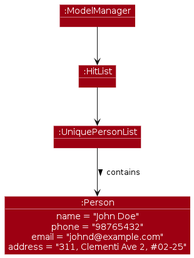
AY2526S2-CS2103T-W11-2/tp keeps this PlantUML diagram as diagrams/edit-person/PersonEditPostExecution.png. Above is the earlier version. Its source is kept beside it as diagrams/edit-person/PersonEditPostExecution.puml.
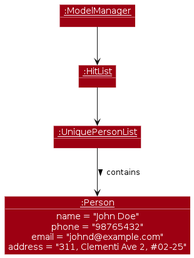
Above is the later version.

The edit, as a diff of the source:
```diff
@@ -10,10 +10,10 @@
 show objects
 show members
 
-object ":ModelManager" as ModelManager MODEL_COLOR
-object ":HitList" as HitList MODEL_COLOR
-object ":UniquePersonList" as UniquePersonList MODEL_COLOR
-object ":Person" as Person MODEL_COLOR
+object "<u>:ModelManager</u>" as ModelManager MODEL_COLOR
+object "<u>:HitList</u>" as HitList MODEL_COLOR
+object "<u>:UniquePersonList</u>" as UniquePersonList MODEL_COLOR
+object "<u>:Person</u>" as Person MODEL_COLOR
 
 ModelManager --> HitList
 HitList --> UniquePersonList
```
